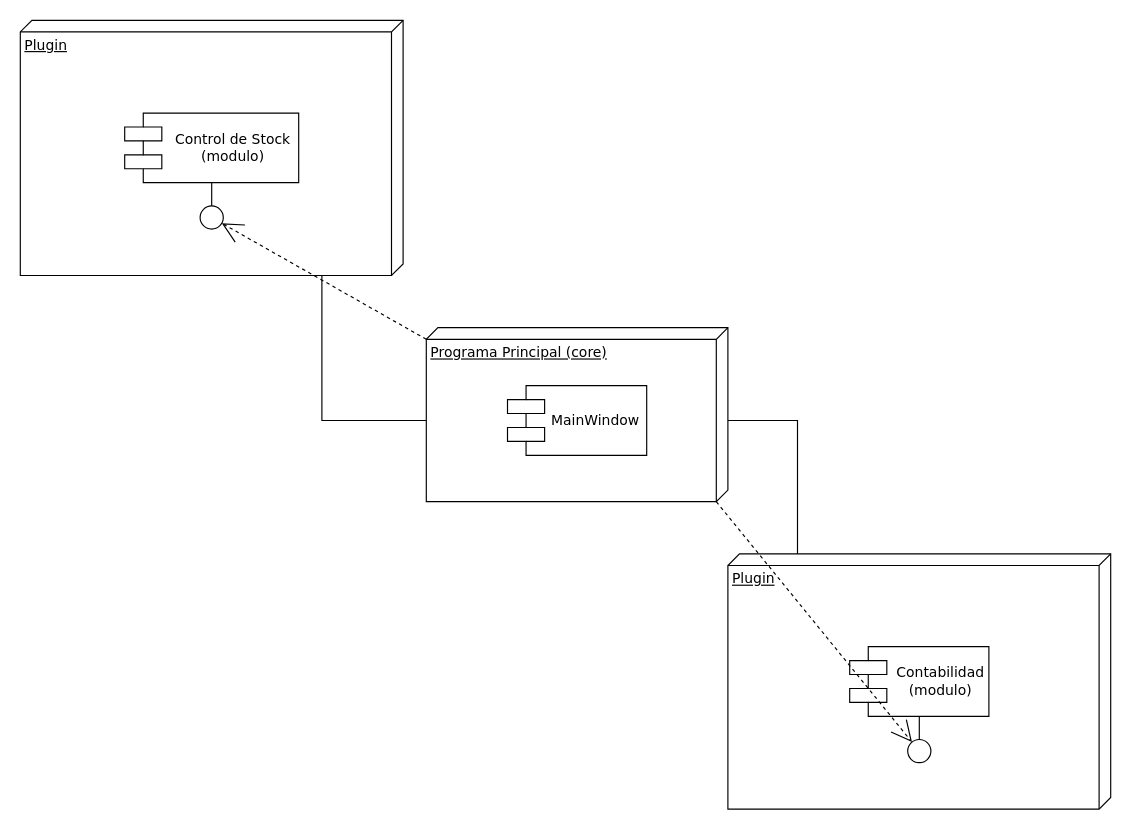
Ing-chuck/Aguara_POS keeps this draw.io diagram as doc/arquitectura/estructura_general.drawio. Above is the earlier version. Source tidied: cells renumbered, new cells numbered last; positions are measured from the earlier drawing's top-left corner, leaving out a move shared by most shapes. Both pictures are drawn from the tidied source at 116%, with x=0, y=0 at pixel (20, 20).
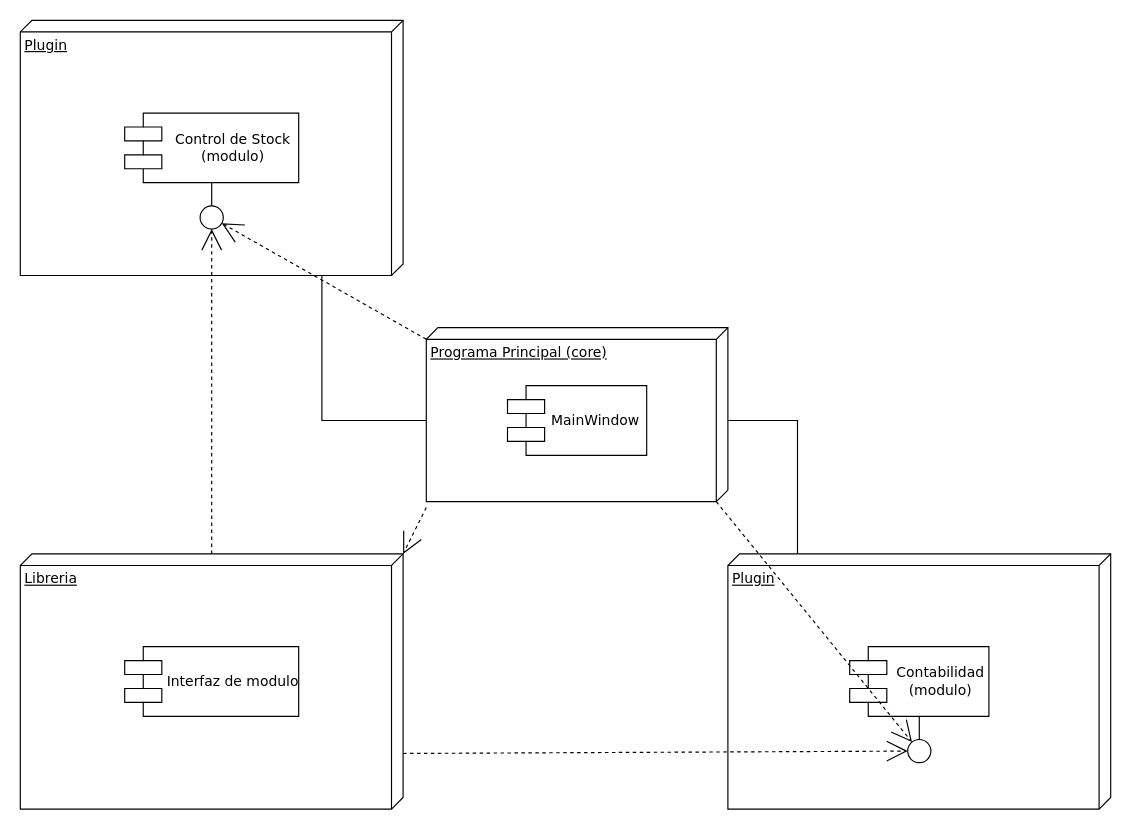
Above is the later version.

Unchanged cells that the change refers to:
```xml
<mxCell id="6" style="ellipse;whiteSpace=wrap;html=1;rounded=0;shadow=0;comic=0;labelBackgroundColor=none;strokeWidth=1;fontFamily=Verdana;fontSize=12;align=center;" parent="1" vertex="1">
  <mxGeometry x="155" y="160" width="20" height="20" as="geometry" />
</mxCell>
<mxCell id="8" style="ellipse;whiteSpace=wrap;html=1;rounded=0;shadow=0;comic=0;labelBackgroundColor=none;strokeWidth=1;fontFamily=Verdana;fontSize=12;align=center;" parent="1" vertex="1">
  <mxGeometry x="765" y="620" width="20" height="20" as="geometry" />
</mxCell>
```

Change to the diagram source:
```diff
@@
+    <mxCell id="16" value="Libreria" style="verticalAlign=top;align=left;spacingTop=8;spacingLeft=2;spacingRight=12;shape=cube;size=10;direction=south;fontStyle=4;html=1;rounded=0;shadow=0;comic=0;labelBackgroundColor=none;strokeWidth=1;fontFamily=Verdana;fontSize=12;" parent="1" vertex="1">
+      <mxGeometry y="460" width="330" height="220" as="geometry" />
+    </mxCell>
+    <mxCell id="17" value="Interfaz de modulo" style="shape=component;align=center;spacingLeft=36;rounded=0;shadow=0;comic=0;labelBackgroundColor=none;strokeWidth=1;fontFamily=Verdana;fontSize=12;html=1;" parent="1" vertex="1">
+      <mxGeometry x="90" y="540" width="150" height="60" as="geometry" />
+    </mxCell>
+    <mxCell id="18" style="edgeStyle=none;rounded=0;html=1;dashed=1;labelBackgroundColor=none;startArrow=none;startFill=0;startSize=8;endArrow=open;endFill=0;endSize=16;fontFamily=Verdana;fontSize=12;entryX=0.5;entryY=1;entryDx=0;entryDy=0;" parent="1" edge="1" source="16" target="6">
+      <mxGeometry relative="1" as="geometry" />
+    </mxCell>
+    <mxCell id="19" style="edgeStyle=none;rounded=0;html=1;dashed=1;labelBackgroundColor=none;startArrow=none;startFill=0;startSize=8;endArrow=open;endFill=0;endSize=16;fontFamily=Verdana;fontSize=12;entryX=0;entryY=0.5;entryDx=0;entryDy=0;exitX=0.782;exitY=0;exitDx=0;exitDy=0;exitPerimeter=0;" parent="1" edge="1" source="16" target="8">
+      <mxGeometry relative="1" as="geometry" />
+    </mxCell>
+    <mxCell id="20" style="edgeStyle=none;rounded=0;html=1;dashed=1;labelBackgroundColor=none;startArrow=none;startFill=0;startSize=8;endArrow=open;endFill=0;endSize=16;fontFamily=Verdana;fontSize=12;entryX=0;entryY=0;entryDx=0;entryDy=0;entryPerimeter=0;" parent="1" edge="1" target="16">
+      <mxGeometry relative="1" as="geometry">
+        <mxPoint x="350" y="420" as="sourcePoint" />
+      </mxGeometry>
+    </mxCell>
```
